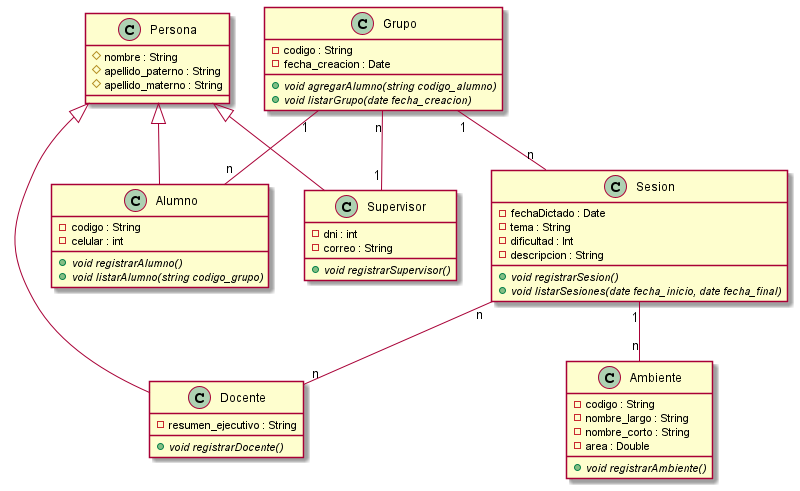
chewei999/GitHub-UC keeps this PlantUML diagram as POO/Producto_Academico_01/src/main/java/com/mycompany/producto_academico_01/DiagramaClases.png. Above is the earlier version.
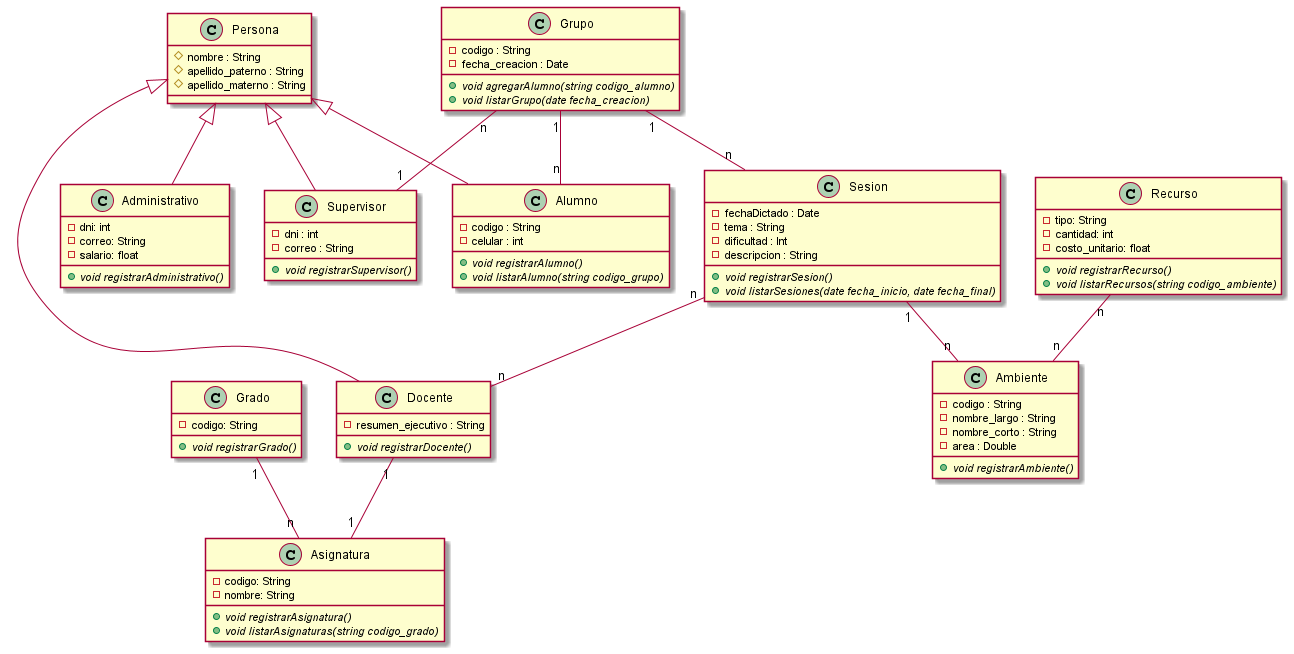
The same diagram one commit later.

The edit, as a diff of the source:
```diff
@@ -17,10 +17,17 @@
         +{abstract}void registrarDocente()
     }
 
-    class Supervisor {
+    class Supervisor{
         -dni : int
         -correo : String
         +{abstract}void registrarSupervisor()
+    }
+
+    class Administrativo{
+        -dni: int
+        -correo: String
+        -salario: float
+        +{abstract}void registrarAdministrativo()
     }
 
     class Grupo{
@@ -47,13 +54,36 @@
         +{abstract}void registrarAmbiente()
     }
 
+    class Recurso{
+        -tipo: String
+        -cantidad: int
+        -costo_unitario: float
+        +{abstract}void registrarRecurso()
+        +{abstract}void listarRecursos(string codigo_ambiente)
+    }
+
+    class Grado{
+        -codigo: String
+        +{abstract}void registrarGrado()
+    }
+
+    class Asignatura{
+        -codigo: String
+        -nombre: String
+        +{abstract}void registrarAsignatura()
+        +{abstract} void listarAsignaturas(string codigo_grado)
+    }
 
     Persona <|-- Alumno
     Persona <|-- Docente
     Persona <|-- Supervisor
+    Persona <|-- Administrativo
     Grupo "n" -- "1" Supervisor
     Grupo "1" -- "n" Alumno
     Grupo "1" -- "n" Sesion
     Sesion "n" -- "n" Docente
     Sesion "1" -- "n" Ambiente
+    Recurso "n" -- "n" Ambiente
+    Grado "1" -- "n" Asignatura
+    Docente "1" -- "1" Asignatura
 @enduml
```
